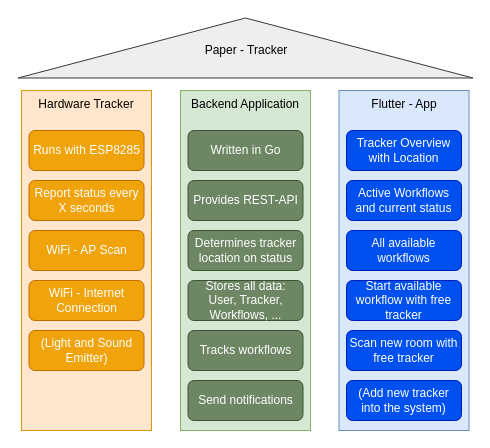
Earlier version of the draw.io diagram paper/images/architecture.drawio (glidingthroughspace/paper-tracker). Source tidied: cells renumbered, new cells numbered last; positions are measured from the earlier drawing's top-left corner, leaving out a move shared by most shapes. Both pictures are drawn from the tidied source at 100%, with x=0, y=0 at pixel (21, -180).
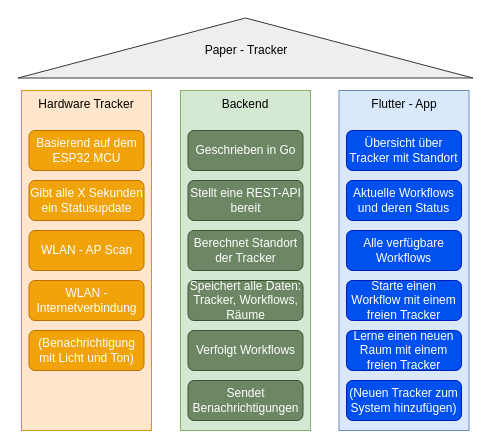
Above is the later version.

Commit message (it also covers changes not shown here):
Paper: Translate architecture diagram to German

Unchanged cells that the change refers to:
```xml
<mxCell id="2" style="group;" parent="1" vertex="1">
  <mxGeometry y="270" width="130" height="340" as="geometry" />
</mxCell>
<mxCell id="9" style="group;" parent="1" vertex="1">
  <mxGeometry x="159" y="270" width="130" height="340" as="geometry" />
</mxCell>
<mxCell id="17" style="group;" parent="1" vertex="1">
  <mxGeometry x="317.5" y="270" width="130" height="340" as="geometry" />
</mxCell>
```

What changed in the source:
```diff
@@
-    <mxCell id="4" value="WiFi - AP Scan" style="rounded=1;whiteSpace=wrap;html=1;fillColor=#f0a30a;strokeColor=#BD7000;fontColor=#ffffff;" parent="2" vertex="1">
+    <mxCell id="4" value="WLAN - AP Scan" style="rounded=1;whiteSpace=wrap;html=1;fillColor=#f0a30a;strokeColor=#BD7000;fontColor=#ffffff;" parent="2" vertex="1">
       <mxGeometry x="7.5" y="140" width="115" height="40" as="geometry" />
     </mxCell>
-    <mxCell id="5" value="WiFi - Internet Connection" style="rounded=1;whiteSpace=wrap;html=1;fillColor=#f0a30a;strokeColor=#BD7000;fontColor=#ffffff;" parent="2" vertex="1">
+    <mxCell id="5" value="WLAN - Internetverbindung" style="rounded=1;whiteSpace=wrap;html=1;fillColor=#f0a30a;strokeColor=#BD7000;fontColor=#ffffff;" parent="2" vertex="1">
       <mxGeometry x="7.5" y="190" width="115" height="40" as="geometry" />
     </mxCell>
-    <mxCell id="6" value="(Light and Sound Emitter)" style="rounded=1;whiteSpace=wrap;html=1;fillColor=#f0a30a;strokeColor=#BD7000;fontColor=#ffffff;" parent="2" vertex="1">
+    <mxCell id="6" value="(Benachrichtigung mit Licht und Ton)" style="rounded=1;whiteSpace=wrap;html=1;fillColor=#f0a30a;strokeColor=#BD7000;fontColor=#ffffff;" parent="2" vertex="1">
       <mxGeometry x="7.5" y="240" width="115" height="40" as="geometry" />
     </mxCell>
-    <mxCell id="7" value="Report status every X seconds" style="rounded=1;whiteSpace=wrap;html=1;fillColor=#f0a30a;strokeColor=#BD7000;fontColor=#ffffff;" parent="2" vertex="1">
+    <mxCell id="7" value="Gibt alle X Sekunden ein Statusupdate" style="rounded=1;whiteSpace=wrap;html=1;fillColor=#f0a30a;strokeColor=#BD7000;fontColor=#ffffff;" parent="2" vertex="1">
       <mxGeometry x="7.5" y="90" width="115" height="40" as="geometry" />
     </mxCell>
-    <mxCell id="8" value="Runs with ESP8285" style="rounded=1;whiteSpace=wrap;html=1;fillColor=#f0a30a;strokeColor=#BD7000;fontColor=#ffffff;" parent="2" vertex="1">
+    <mxCell id="8" value="Basierend auf dem ESP32 MCU" style="rounded=1;whiteSpace=wrap;html=1;fillColor=#f0a30a;strokeColor=#BD7000;fontColor=#ffffff;" parent="2" vertex="1">
       <mxGeometry x="7.5" y="40" width="115" height="40" as="geometry" />
     </mxCell>
@@
-    <mxCell id="10" value="Backend Application" style="rounded=0;whiteSpace=wrap;html=1;verticalAlign=top;fillColor=#d5e8d4;strokeColor=#82b366;" parent="9" vertex="1">
+    <mxCell id="10" value="Backend" style="rounded=0;whiteSpace=wrap;html=1;verticalAlign=top;fillColor=#d5e8d4;strokeColor=#82b366;" parent="9" vertex="1">
       <mxGeometry width="130" height="340" as="geometry" />
     </mxCell>
-    <mxCell id="11" value="Written in Go" style="rounded=1;whiteSpace=wrap;html=1;fillColor=#6d8764;strokeColor=#3A5431;fontColor=#ffffff;" parent="9" vertex="1">
+    <mxCell id="11" value="Geschrieben in Go" style="rounded=1;whiteSpace=wrap;html=1;fillColor=#6d8764;strokeColor=#3A5431;fontColor=#ffffff;" parent="9" vertex="1">
       <mxGeometry x="7.5" y="40" width="115" height="40" as="geometry" />
     </mxCell>
-    <mxCell id="12" value="Determines tracker location on status" style="rounded=1;whiteSpace=wrap;html=1;fillColor=#6d8764;strokeColor=#3A5431;fontColor=#ffffff;" parent="9" vertex="1">
+    <mxCell id="12" value="Berechnet Standort der Tracker" style="rounded=1;whiteSpace=wrap;html=1;fillColor=#6d8764;strokeColor=#3A5431;fontColor=#ffffff;" parent="9" vertex="1">
       <mxGeometry x="7.5" y="140" width="115" height="40" as="geometry" />
     </mxCell>
-    <mxCell id="13" value="Stores all data:&lt;br&gt;User, Tracker, Workflows, ..." style="rounded=1;whiteSpace=wrap;html=1;fillColor=#6d8764;strokeColor=#3A5431;fontColor=#ffffff;" parent="9" vertex="1">
+    <mxCell id="13" value="Speichert alle Daten: Tracker, Workflows, Räume" style="rounded=1;whiteSpace=wrap;html=1;fillColor=#6d8764;strokeColor=#3A5431;fontColor=#ffffff;" parent="9" vertex="1">
       <mxGeometry x="7.5" y="190" width="115" height="40" as="geometry" />
     </mxCell>
-    <mxCell id="14" value="Tracks workflows" style="rounded=1;whiteSpace=wrap;html=1;fillColor=#6d8764;strokeColor=#3A5431;fontColor=#ffffff;" parent="9" vertex="1">
+    <mxCell id="14" value="Verfolgt Workflows" style="rounded=1;whiteSpace=wrap;html=1;fillColor=#6d8764;strokeColor=#3A5431;fontColor=#ffffff;" parent="9" vertex="1">
       <mxGeometry x="7.5" y="240" width="115" height="40" as="geometry" />
     </mxCell>
-    <mxCell id="15" value="Send notifications" style="rounded=1;whiteSpace=wrap;html=1;fillColor=#6d8764;strokeColor=#3A5431;fontColor=#ffffff;" parent="9" vertex="1">
+    <mxCell id="15" value="Sendet Benachrichtigungen" style="rounded=1;whiteSpace=wrap;html=1;fillColor=#6d8764;strokeColor=#3A5431;fontColor=#ffffff;" parent="9" vertex="1">
       <mxGeometry x="7.5" y="290" width="115" height="40" as="geometry" />
     </mxCell>
-    <mxCell id="16" value="Provides REST-API" style="rounded=1;whiteSpace=wrap;html=1;fillColor=#6d8764;strokeColor=#3A5431;fontColor=#ffffff;" parent="9" vertex="1">
+    <mxCell id="16" value="Stellt eine REST-API bereit" style="rounded=1;whiteSpace=wrap;html=1;fillColor=#6d8764;strokeColor=#3A5431;fontColor=#ffffff;" parent="9" vertex="1">
       <mxGeometry x="7.5" y="90" width="115" height="40" as="geometry" />
     </mxCell>
@@
-    <mxCell id="19" value="Tracker Overview with Location" style="rounded=1;whiteSpace=wrap;html=1;fillColor=#0050ef;strokeColor=#001DBC;fontColor=#ffffff;" parent="17" vertex="1">
+    <mxCell id="19" value="Übersicht über Tracker mit Standort" style="rounded=1;whiteSpace=wrap;html=1;fillColor=#0050ef;strokeColor=#001DBC;fontColor=#ffffff;" parent="17" vertex="1">
       <mxGeometry x="7.5" y="40" width="115" height="40" as="geometry" />
     </mxCell>
-    <mxCell id="20" value="Active Workflows and current status" style="rounded=1;whiteSpace=wrap;html=1;fillColor=#0050ef;strokeColor=#001DBC;fontColor=#ffffff;" parent="17" vertex="1">
+    <mxCell id="20" value="Aktuelle Workflows und deren Status" style="rounded=1;whiteSpace=wrap;html=1;fillColor=#0050ef;strokeColor=#001DBC;fontColor=#ffffff;" parent="17" vertex="1">
       <mxGeometry x="7.5" y="90" width="115" height="40" as="geometry" />
     </mxCell>
-    <mxCell id="21" value="All available workflows" style="rounded=1;whiteSpace=wrap;html=1;fillColor=#0050ef;strokeColor=#001DBC;fontColor=#ffffff;" parent="17" vertex="1">
+    <mxCell id="21" value="Alle verfügbare Workflows" style="rounded=1;whiteSpace=wrap;html=1;fillColor=#0050ef;strokeColor=#001DBC;fontColor=#ffffff;" parent="17" vertex="1">
       <mxGeometry x="7.5" y="140" width="115" height="40" as="geometry" />
     </mxCell>
-    <mxCell id="22" value="Start available workflow with free tracker" style="rounded=1;whiteSpace=wrap;html=1;fillColor=#0050ef;strokeColor=#001DBC;fontColor=#ffffff;" parent="17" vertex="1">
+    <mxCell id="22" value="Starte einen Workflow mit einem freien Tracker" style="rounded=1;whiteSpace=wrap;html=1;fillColor=#0050ef;strokeColor=#001DBC;fontColor=#ffffff;" parent="17" vertex="1">
       <mxGeometry x="7.5" y="190" width="115" height="40" as="geometry" />
     </mxCell>
-    <mxCell id="23" value="Scan new room with free tracker" style="rounded=1;whiteSpace=wrap;html=1;fillColor=#0050ef;strokeColor=#001DBC;fontColor=#ffffff;" parent="17" vertex="1">
+    <mxCell id="23" value="Lerne einen neuen Raum mit einem freien Tracker" style="rounded=1;whiteSpace=wrap;html=1;fillColor=#0050ef;strokeColor=#001DBC;fontColor=#ffffff;" parent="17" vertex="1">
       <mxGeometry x="7.5" y="240" width="115" height="40" as="geometry" />
     </mxCell>
-    <mxCell id="24" value="(Add new tracker into the system)" style="rounded=1;whiteSpace=wrap;html=1;fillColor=#0050ef;strokeColor=#001DBC;fontColor=#ffffff;" parent="17" vertex="1">
+    <mxCell id="24" value="(Neuen Tracker zum System hinzufügen)" style="rounded=1;whiteSpace=wrap;html=1;fillColor=#0050ef;strokeColor=#001DBC;fontColor=#ffffff;" parent="17" vertex="1">
       <mxGeometry x="7.5" y="290" width="115" height="40" as="geometry" />
     </mxCell>
```
